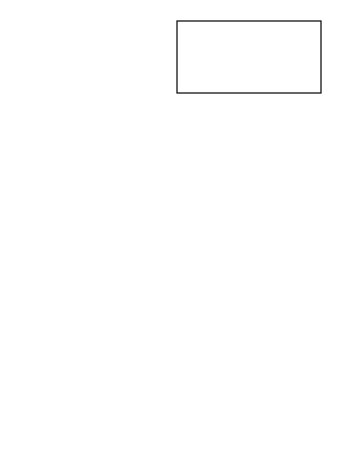
Before: CAR.drawio in Garsad/Intelligent-tracking-car-C52, a draw.io diagram. Source tidied: cells renumbered, new cells numbered last; positions are measured from the earlier drawing's top-left corner, leaving out a move shared by most shapes. Both pictures are drawn from the tidied source at 120%, with x=0, y=0 at pixel (176, 20).
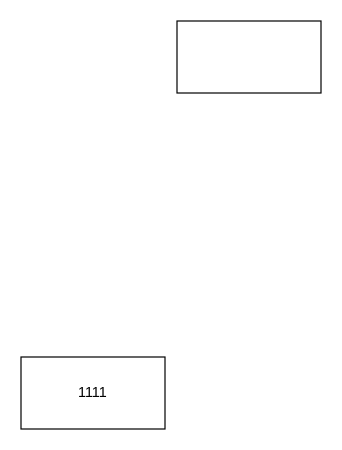
After the change.

The edit, as a diff of the source:
```diff
@@
 <mxGraphModel>
   <root>
     <mxCell id="0" />
     <mxCell id="1" parent="0" />
+    <mxCell id="3" value="1111" style="rounded=0;whiteSpace=wrap;html=1;" parent="1" vertex="1">
+      <mxGeometry x="-130" y="280" width="120" height="60" as="geometry" />
+    </mxCell>
     <mxCell id="2" style="rounded=0;whiteSpace=wrap;html=1;" parent="1" vertex="1">
       <mxGeometry width="120" height="60" as="geometry" />
     </mxCell>
   </root>
 </mxGraphModel>
```
